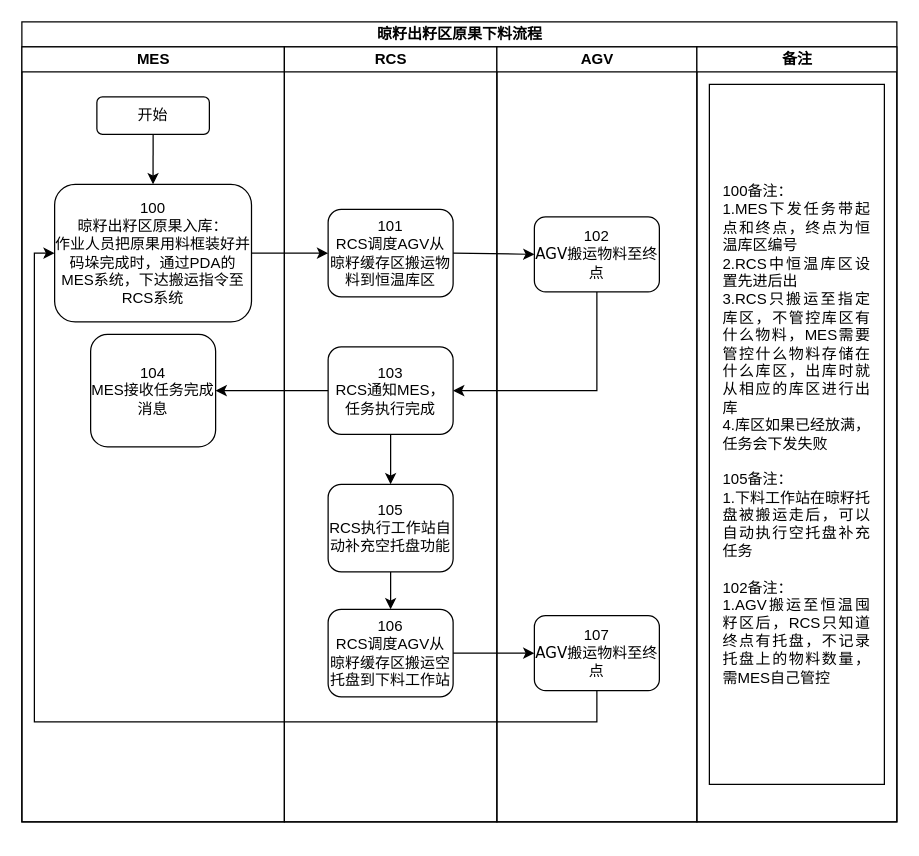
chenyanxi/hosts keeps this draw.io diagram as page "晾籽出籽区原果下料流程" (1 of 19) of data/伍子醉作业流程图0221.drawio. Above is the earlier version. Source tidied: cells renumbered, new cells numbered last; positions are measured from the earlier drawing's top-left corner, leaving out a move shared by most shapes. Both pictures are drawn from the tidied source at 125%, with x=0, y=0 at pixel (21, 21).
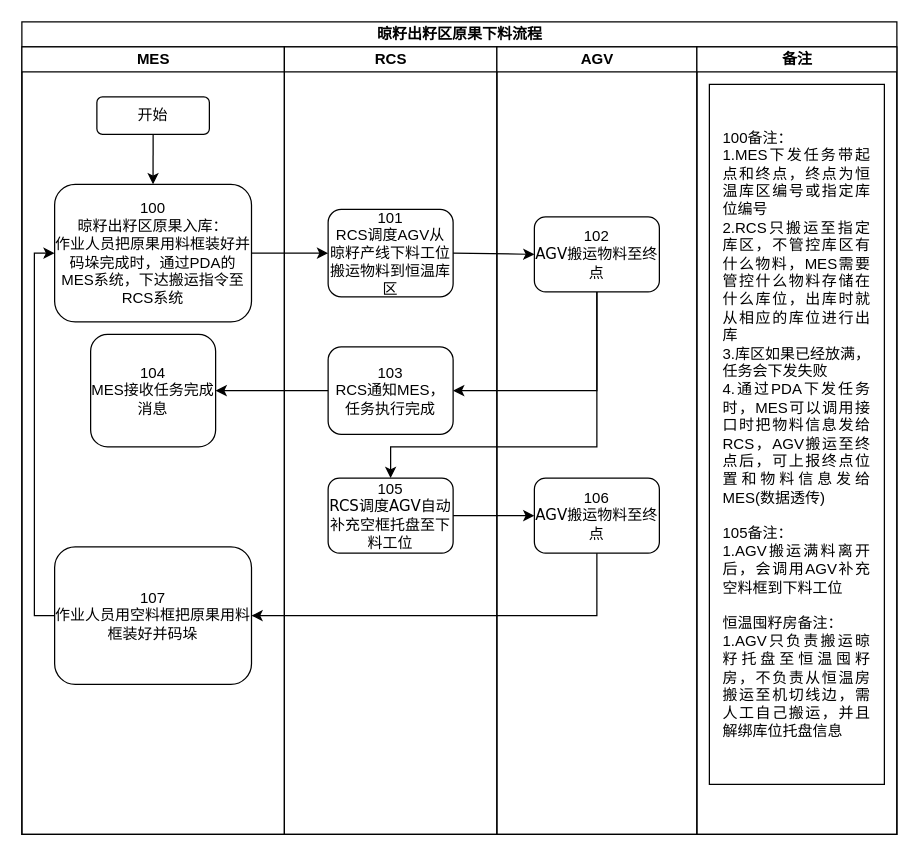
The same page after the edit.

Unchanged cells that the change refers to:
```xml
<mxCell id="5" value="&lt;font style=&quot;font-size: 12px;&quot; face=&quot;Helvetica&quot;&gt;100&lt;br&gt;晾籽出籽区原果入库：&lt;br&gt;&lt;/font&gt;&lt;div&gt;&lt;font face=&quot;Helvetica&quot;&gt;&lt;span style=&quot;font-size: 12px;&quot;&gt;作业人员把原果用料框装好并码垛完成时，&lt;/span&gt;&lt;/font&gt;&lt;span style=&quot;font-family: Helvetica; font-size: 12px; background-color: initial;&quot;&gt;通过PDA的MES系统，下达搬运指令至RCS系统&lt;/span&gt;&lt;/div&gt;" style="rounded=1;whiteSpace=wrap;html=1;shadow=0;labelBackgroundColor=none;strokeWidth=1;fontFamily=Verdana;fontSize=8;align=center;" parent="3" vertex="1">
  <mxGeometry x="26.2" y="110" width="157.5" height="110" as="geometry" />
</mxCell>
<mxCell id="11" value="&lt;font style=&quot;font-size: 12px;&quot; face=&quot;Helvetica&quot;&gt;103&lt;/font&gt;&lt;div&gt;&lt;font style=&quot;font-size: 12px;&quot; face=&quot;Helvetica&quot;&gt;RCS通知MES，任务执行完成&lt;/font&gt;&lt;/div&gt;" style="rounded=1;whiteSpace=wrap;html=1;shadow=0;labelBackgroundColor=none;strokeWidth=1;fontFamily=Verdana;fontSize=8;align=center;" parent="8" vertex="1">
  <mxGeometry x="35" y="240" width="100" height="70" as="geometry" />
</mxCell>
<mxCell id="17" value="&lt;font style=&quot;font-size: 12px;&quot; face=&quot;Helvetica&quot;&gt;102&lt;/font&gt;&lt;div&gt;&lt;font style=&quot;font-size: 12px;&quot;&gt;AGV搬运物料至终点&lt;/font&gt;&lt;/div&gt;" style="rounded=1;whiteSpace=wrap;html=1;shadow=0;labelBackgroundColor=none;strokeWidth=1;fontFamily=Verdana;fontSize=8;align=center;" parent="15" vertex="1">
  <mxGeometry x="30" y="136" width="100" height="60" as="geometry" />
</mxCell>
```

What changed in the source:
```diff
@@
     <mxCell id="2" value="&lt;font style=&quot;font-size: 12px;&quot;&gt;晾籽出籽区原果下料流程&lt;/font&gt;" style="swimlane;html=1;startSize=20;rounded=0;shadow=0;labelBackgroundColor=none;strokeWidth=1;fontFamily=Verdana;fontSize=8;align=center;" parent="1" vertex="1">
-      <mxGeometry width="700" height="640" as="geometry" />
+      <mxGeometry width="700" height="650" as="geometry" />
     </mxCell>
     <mxCell id="3" value="MES" style="swimlane;html=1;startSize=20;" parent="2" vertex="1">
-      <mxGeometry y="20" width="210" height="620" as="geometry" />
+      <mxGeometry y="20" width="210" height="630" as="geometry" />
     </mxCell>
@@
+    <mxCell id="26" value="&lt;font style=&quot;font-size: 12px;&quot; face=&quot;Helvetica&quot;&gt;107&lt;br&gt;&lt;/font&gt;&lt;span style=&quot;font-family: Helvetica; font-size: 12px;&quot;&gt;作业人员用空料框把原果用料框装好并码垛&lt;/span&gt;&lt;font style=&quot;font-size: 12px;&quot; face=&quot;Helvetica&quot;&gt;&lt;/font&gt;" style="rounded=1;whiteSpace=wrap;html=1;shadow=0;labelBackgroundColor=none;strokeWidth=1;fontFamily=Verdana;fontSize=8;align=center;" parent="3" vertex="1">
+      <mxGeometry x="26.2" y="400" width="157.5" height="110" as="geometry" />
+    </mxCell>
+    <mxCell id="27" style="endArrow=classic;html=1;rounded=0;exitX=0;exitY=0.5;exitDx=0;exitDy=0;entryX=0;entryY=0.5;entryDx=0;entryDy=0;" parent="3" edge="1" source="26" target="5">
+      <mxGeometry relative="1" as="geometry">
+        <Array as="points">
+          <mxPoint x="10" y="455" />
+          <mxPoint x="10" y="165" />
+        </Array>
+      </mxGeometry>
+    </mxCell>
     <mxCell id="8" value="RCS" style="swimlane;html=1;startSize=20;" parent="2" vertex="1">
-      <mxGeometry x="210" y="20" width="170" height="620" as="geometry" />
+      <mxGeometry x="210" y="20" width="170" height="630" as="geometry" />
     </mxCell>
-    <mxCell id="9" value="&lt;font style=&quot;font-size: 12px;&quot; face=&quot;Helvetica&quot;&gt;101&lt;/font&gt;&lt;div&gt;&lt;font style=&quot;font-size: 12px;&quot; face=&quot;Helvetica&quot;&gt;RCS调度AGV从晾籽缓存区搬运物料到恒温库区&lt;/font&gt;&lt;/div&gt;" style="rounded=1;whiteSpace=wrap;html=1;shadow=0;labelBackgroundColor=none;strokeWidth=1;fontFamily=Verdana;fontSize=8;align=center;" parent="8" vertex="1">
+    <mxCell id="9" value="&lt;font style=&quot;font-size: 12px;&quot; face=&quot;Helvetica&quot;&gt;101&lt;/font&gt;&lt;div&gt;&lt;font style=&quot;font-size: 12px;&quot; face=&quot;Helvetica&quot;&gt;RCS调度AGV从晾籽产线下料工位搬运物料到恒温库区&lt;/font&gt;&lt;/div&gt;" style="rounded=1;whiteSpace=wrap;html=1;shadow=0;labelBackgroundColor=none;strokeWidth=1;fontFamily=Verdana;fontSize=8;align=center;" parent="8" vertex="1">
       <mxGeometry x="35" y="130" width="100" height="70" as="geometry" />
     </mxCell>
-    <mxCell id="10" value="&lt;font style=&quot;font-size: 12px;&quot; face=&quot;Helvetica&quot;&gt;105&lt;/font&gt;&lt;div&gt;&lt;font style=&quot;font-size: 12px;&quot; face=&quot;Helvetica&quot;&gt;RCS执行工作站自动补充空托盘功能&lt;/font&gt;&lt;/div&gt;" style="rounded=1;whiteSpace=wrap;html=1;shadow=0;labelBackgroundColor=none;strokeWidth=1;fontFamily=Verdana;fontSize=8;align=center;" parent="8" vertex="1">
-      <mxGeometry x="35" y="350" width="100" height="70" as="geometry" />
-    </mxCell>
@@
-    <mxCell id="12" style="endArrow=classic;html=1;rounded=0;exitX=0.5;exitY=1;exitDx=0;exitDy=0;" parent="8" edge="1" source="11" target="10">
-      <mxGeometry relative="1" as="geometry" />
-    </mxCell>
-    <mxCell id="13" value="&lt;font style=&quot;font-size: 12px;&quot; face=&quot;Helvetica&quot;&gt;106&lt;/font&gt;&lt;div&gt;&lt;font style=&quot;font-size: 12px;&quot; face=&quot;Helvetica&quot;&gt;RCS调度AGV从晾籽缓存区搬运空托盘到下料工作站&lt;/font&gt;&lt;/div&gt;" style="rounded=1;whiteSpace=wrap;html=1;shadow=0;labelBackgroundColor=none;strokeWidth=1;fontFamily=Verdana;fontSize=8;align=center;" parent="8" vertex="1">
-      <mxGeometry x="35" y="450" width="100" height="70" as="geometry" />
-    </mxCell>
-    <mxCell id="14" style="endArrow=classic;html=1;rounded=0;exitX=0.5;exitY=1;exitDx=0;exitDy=0;" parent="8" edge="1" source="10" target="13">
-      <mxGeometry relative="1" as="geometry" />
-    </mxCell>
+    <mxCell id="28" value="&lt;font style=&quot;font-size: 12px;&quot; face=&quot;Helvetica&quot;&gt;105&lt;/font&gt;&lt;div&gt;&lt;span style=&quot;font-size: 12px;&quot;&gt;RCS调度AGV自动补充空框托盘至下料工位&lt;/span&gt;&lt;/div&gt;" style="rounded=1;whiteSpace=wrap;html=1;shadow=0;labelBackgroundColor=none;strokeWidth=1;fontFamily=Verdana;fontSize=8;align=center;" parent="8" vertex="1">
+      <mxGeometry x="35" y="345" width="100" height="60" as="geometry" />
+    </mxCell>
     <mxCell id="15" value="AGV" style="swimlane;html=1;startSize=20;" parent="2" vertex="1">
-      <mxGeometry x="380" y="20" width="160" height="620" as="geometry" />
+      <mxGeometry x="380" y="20" width="160" height="630" as="geometry" />
     </mxCell>
-    <mxCell id="16" value="&lt;font style=&quot;font-size: 12px;&quot; face=&quot;Helvetica&quot;&gt;107&lt;/font&gt;&lt;div&gt;&lt;font style=&quot;font-size: 12px;&quot;&gt;AGV搬运物料至终点&lt;/font&gt;&lt;/div&gt;" style="rounded=1;whiteSpace=wrap;html=1;shadow=0;labelBackgroundColor=none;strokeWidth=1;fontFamily=Verdana;fontSize=8;align=center;" parent="15" vertex="1">
-      <mxGeometry x="30" y="455" width="100" height="60" as="geometry" />
-    </mxCell>
@@
-    <mxCell id="18" value="备注" style="swimlane;html=1;startSize=20;" parent="2" vertex="1">
-      <mxGeometry x="540" y="20" width="160" height="620" as="geometry" />
-    </mxCell>
-    <mxCell id="19" value="&lt;div style=&quot;text-align: justify;&quot;&gt;100备注：&lt;/div&gt;&lt;div style=&quot;text-align: justify;&quot;&gt;&lt;span style=&quot;text-align: center;&quot;&gt;1.MES下发任务带起点和终点，终点为恒温库区编号&lt;/span&gt;&lt;/div&gt;&lt;div style=&quot;text-align: justify;&quot;&gt;&lt;span style=&quot;text-align: center;&quot;&gt;2.RCS中恒温库区设置先进后出&lt;/span&gt;&lt;/div&gt;&lt;div style=&quot;text-align: justify;&quot;&gt;&lt;span style=&quot;text-align: center;&quot;&gt;3.RCS只搬运至指定库区，不管控库区有什么物料，MES需要管控什么物料存储在什么库区，出库时就从相应的库区进行出库&lt;/span&gt;&lt;/div&gt;&lt;div style=&quot;text-align: justify;&quot;&gt;&lt;span style=&quot;text-align: center;&quot;&gt;4.库区如果已经放满，任务会下发失败&lt;/span&gt;&lt;/div&gt;&lt;div style=&quot;text-align: justify;&quot;&gt;&lt;span style=&quot;text-align: center;&quot;&gt;&lt;br&gt;&lt;/span&gt;&lt;/div&gt;&lt;div style=&quot;text-align: justify;&quot;&gt;&lt;span style=&quot;text-align: center;&quot;&gt;105备注：&lt;/span&gt;&lt;/div&gt;&lt;div style=&quot;text-align: justify;&quot;&gt;&lt;span style=&quot;text-align: center;&quot;&gt;1.下料工作站在晾籽托盘被搬运走后，可以自动执行空托盘补充任务&lt;/span&gt;&lt;/div&gt;&lt;div style=&quot;text-align: justify;&quot;&gt;&lt;br&gt;&lt;/div&gt;&lt;div style=&quot;text-align: justify;&quot;&gt;102备注：&lt;/div&gt;&lt;div style=&quot;text-align: justify;&quot;&gt;1.AGV搬运至恒温囤籽区后，RCS只知道终点有托盘，不记录托盘上的物料数量，需MES自己管控&lt;/div&gt;" style="rounded=0;whiteSpace=wrap;html=1;spacingTop=5;spacingLeft=10;spacingBottom=5;spacingRight=10;" parent="18" vertex="1">
-      <mxGeometry x="10" y="30" width="140" height="560" as="geometry" />
-    </mxCell>
+    <mxCell id="29" value="&lt;font style=&quot;font-size: 12px;&quot; face=&quot;Helvetica&quot;&gt;106&lt;/font&gt;&lt;div&gt;&lt;font style=&quot;font-size: 12px;&quot;&gt;AGV搬运物料至终点&lt;/font&gt;&lt;/div&gt;" style="rounded=1;whiteSpace=wrap;html=1;shadow=0;labelBackgroundColor=none;strokeWidth=1;fontFamily=Verdana;fontSize=8;align=center;" parent="15" vertex="1">
+      <mxGeometry x="30" y="345" width="100" height="60" as="geometry" />
+    </mxCell>
@@
-    <mxCell id="24" style="endArrow=classic;html=1;rounded=0;exitX=1;exitY=0.5;exitDx=0;exitDy=0;entryX=0;entryY=0.5;entryDx=0;entryDy=0;" parent="2" edge="1" source="13" target="16">
-      <mxGeometry relative="1" as="geometry" />
-    </mxCell>
-    <mxCell id="25" style="endArrow=classic;html=1;rounded=0;exitX=0.5;exitY=1;exitDx=0;exitDy=0;entryX=0;entryY=0.5;entryDx=0;entryDy=0;" parent="2" edge="1" source="16" target="5">
-      <mxGeometry relative="1" as="geometry">
-        <Array as="points">
-          <mxPoint x="460" y="560" />
-          <mxPoint x="10" y="560" />
-          <mxPoint x="10" y="185" />
-        </Array>
-      </mxGeometry>
-    </mxCell>
+    <mxCell id="18" value="备注" style="swimlane;html=1;startSize=20;" parent="2" vertex="1">
+      <mxGeometry x="540" y="20" width="160" height="630" as="geometry" />
+    </mxCell>
+    <mxCell id="19" value="&lt;div style=&quot;text-align: justify;&quot;&gt;100备注：&lt;/div&gt;&lt;div style=&quot;text-align: justify;&quot;&gt;&lt;span style=&quot;text-align: center;&quot;&gt;1.MES下发任务带起点和终点，终点为恒温库区编号或指定库位编号&lt;/span&gt;&lt;/div&gt;&lt;div style=&quot;text-align: justify;&quot;&gt;&lt;span style=&quot;text-align: center;&quot;&gt;2.RCS只搬运至指定库区，不管控库区有什么物料，MES需要管控什么物料存储在什么库位，出库时就从相应的库位进行出库&lt;/span&gt;&lt;/div&gt;&lt;div style=&quot;text-align: justify;&quot;&gt;&lt;span style=&quot;text-align: center;&quot;&gt;3.库区如果已经放满，任务会下发失败&lt;/span&gt;&lt;/div&gt;&lt;div style=&quot;text-align: justify;&quot;&gt;&lt;span style=&quot;text-align: center;&quot;&gt;4.通过PDA下发任务时，MES可以调用接口时把物料信息发给RCS，AGV搬运至终点后，可上报终点位置和物料信息发给MES(数据透传)&lt;/span&gt;&lt;/div&gt;&lt;div style=&quot;text-align: justify;&quot;&gt;&lt;br&gt;&lt;/div&gt;&lt;div style=&quot;text-align: justify;&quot;&gt;105备注：&lt;/div&gt;&lt;div style=&quot;text-align: justify;&quot;&gt;1.AGV搬运满料离开后，会调用AGV补充空料框到下料工位&lt;/div&gt;&lt;div style=&quot;text-align: justify;&quot;&gt;&lt;br&gt;&lt;/div&gt;&lt;div style=&quot;text-align: justify;&quot;&gt;恒温囤籽房备注：&lt;/div&gt;&lt;div style=&quot;text-align: justify;&quot;&gt;1.AGV只负责搬运晾籽托盘至恒温囤籽房，不负责从恒温房搬运至机切线边，需人工自己搬运，并且解绑库位托盘信息&lt;/div&gt;" style="rounded=0;whiteSpace=wrap;html=1;spacingTop=5;spacingLeft=10;spacingBottom=5;spacingRight=10;" parent="18" vertex="1">
+      <mxGeometry x="10" y="30" width="140" height="560" as="geometry" />
+    </mxCell>
+    <mxCell id="30" style="endArrow=classic;html=1;rounded=0;exitX=0.5;exitY=1;exitDx=0;exitDy=0;entryX=0.5;entryY=0;entryDx=0;entryDy=0;" parent="2" edge="1" source="17" target="28">
+      <mxGeometry relative="1" as="geometry">
+        <Array as="points">
+          <mxPoint x="460" y="340" />
+          <mxPoint x="295" y="340" />
+        </Array>
+      </mxGeometry>
+    </mxCell>
+    <mxCell id="31" style="endArrow=classic;html=1;rounded=0;exitX=1;exitY=0.5;exitDx=0;exitDy=0;entryX=0;entryY=0.5;entryDx=0;entryDy=0;" parent="2" edge="1" source="28" target="29">
+      <mxGeometry relative="1" as="geometry" />
+    </mxCell>
+    <mxCell id="32" style="endArrow=classic;html=1;rounded=0;exitX=0.5;exitY=1;exitDx=0;exitDy=0;entryX=1;entryY=0.5;entryDx=0;entryDy=0;" parent="2" edge="1" source="29" target="26">
+      <mxGeometry relative="1" as="geometry">
+        <Array as="points">
+          <mxPoint x="460" y="475" />
+        </Array>
+      </mxGeometry>
+    </mxCell>
```
